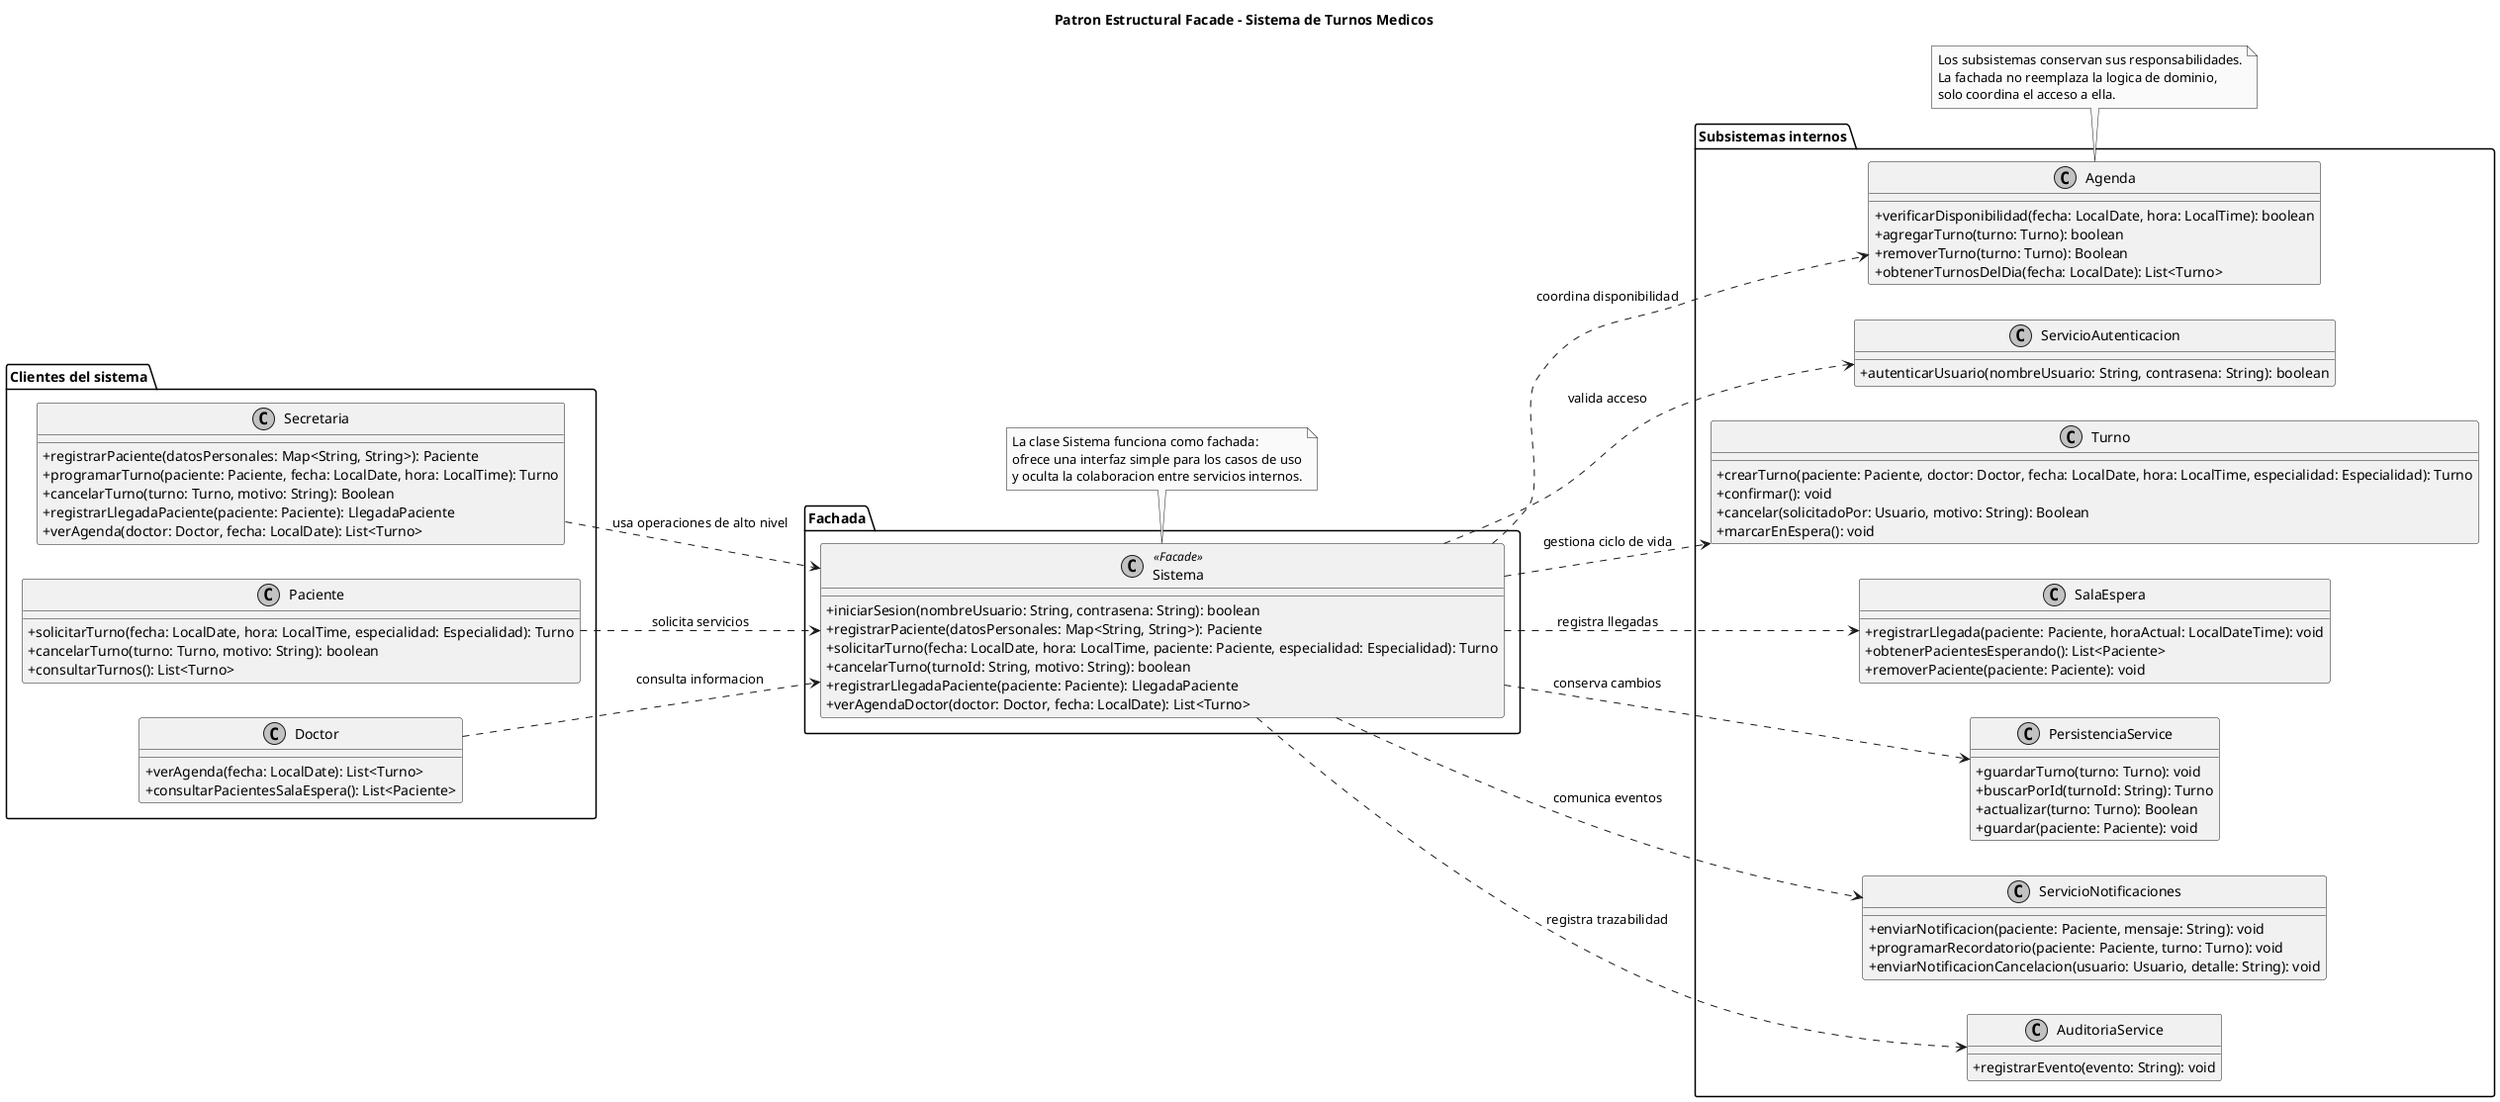
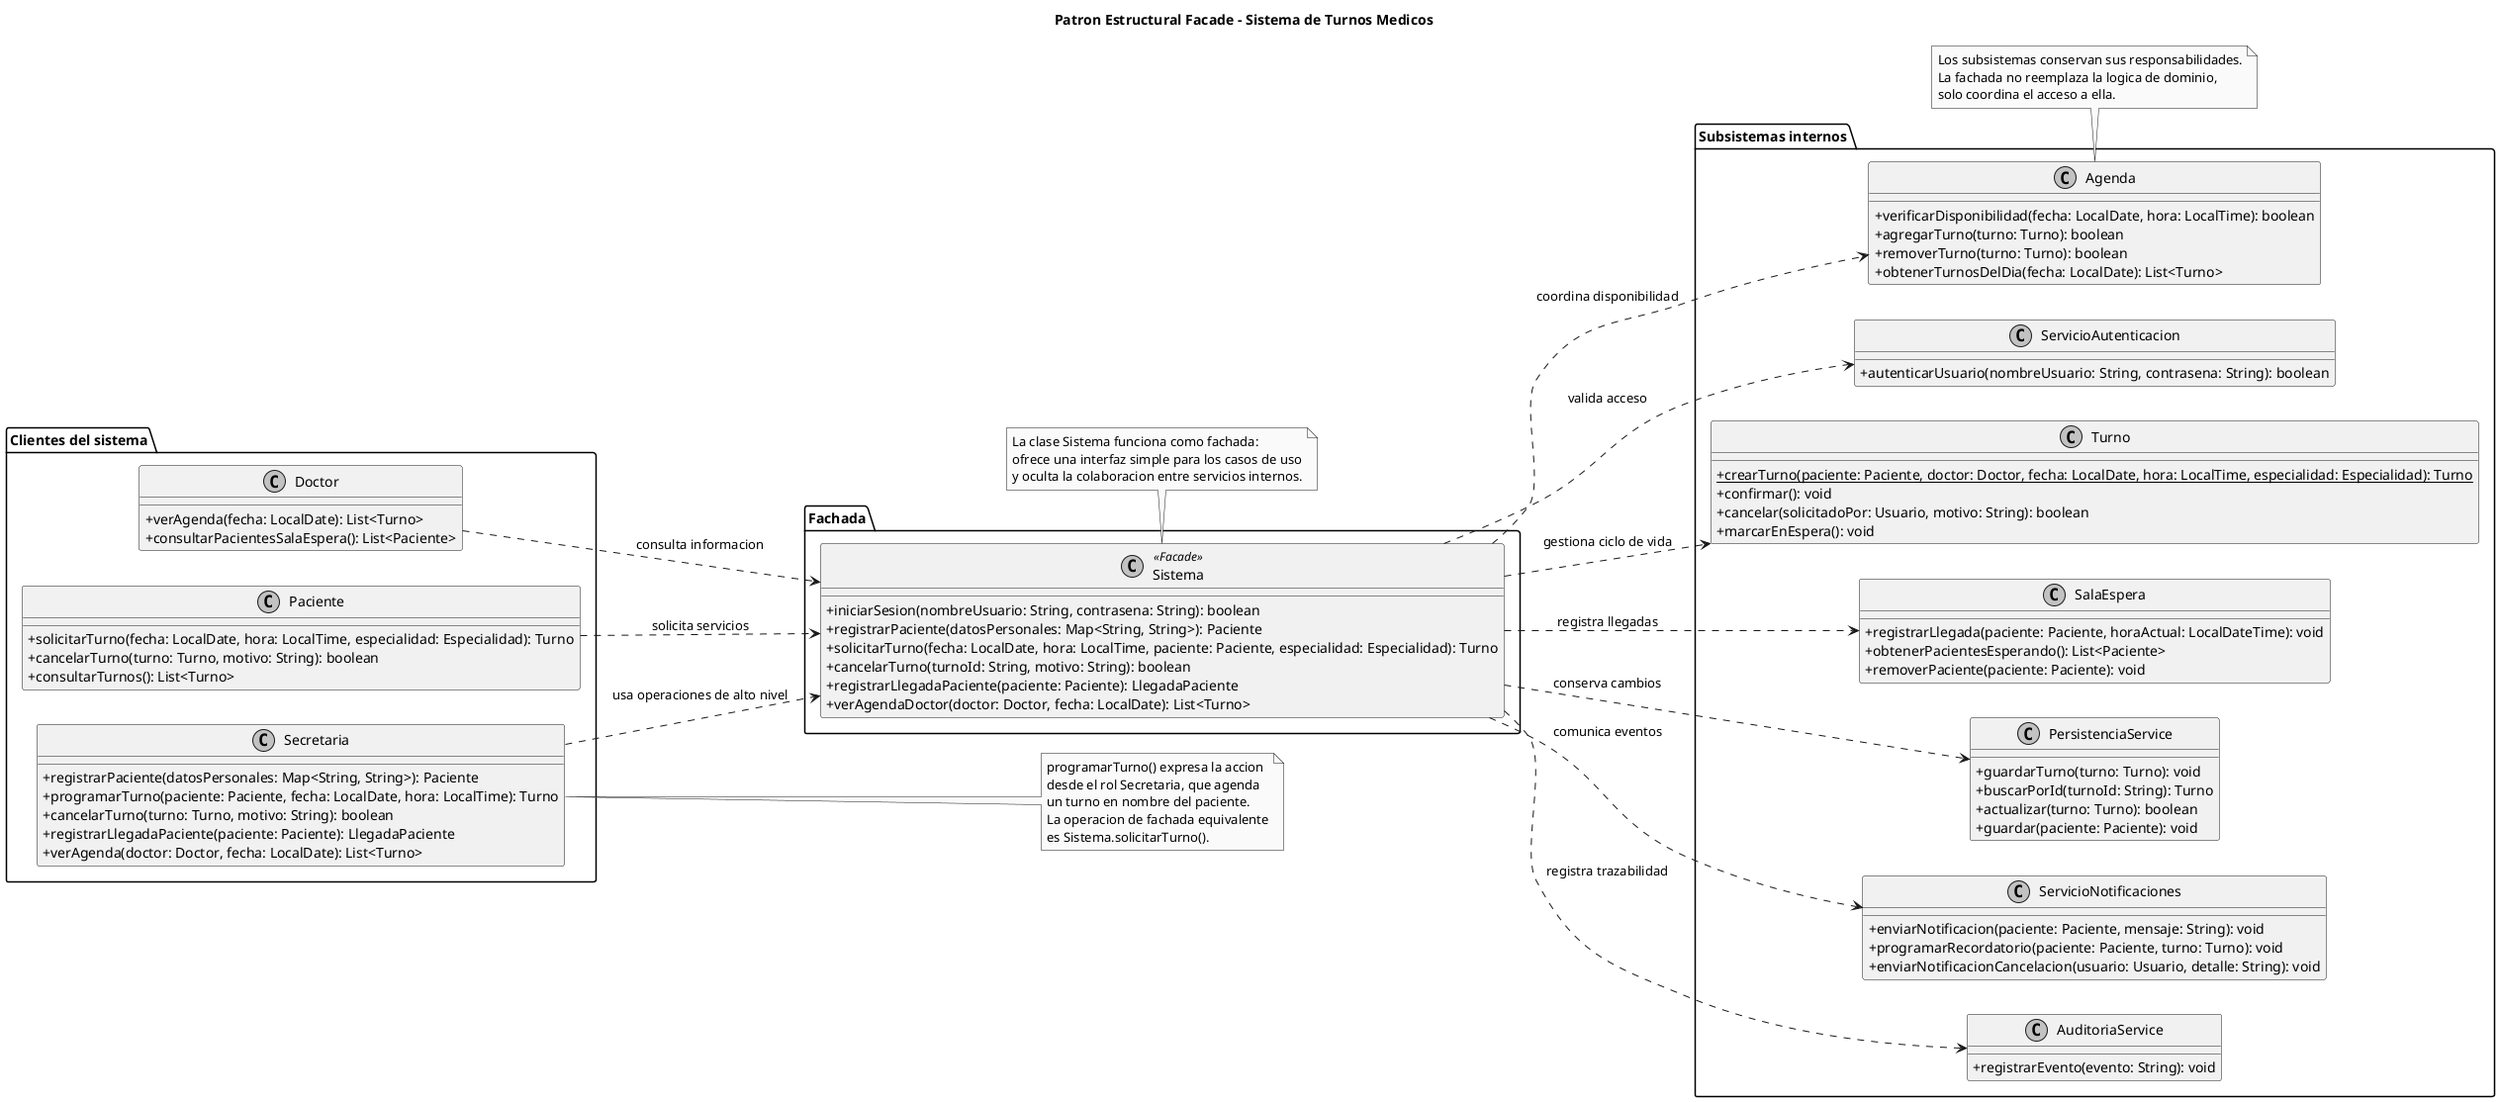
@startuml
title Patron Estructural Facade - Sistema de Turnos Medicos

skinparam classAttributeIconSize 0
skinparam monochrome true
skinparam shadowing false
left to right direction

package "Clientes del sistema" {
  class Secretaria {
    + registrarPaciente(datosPersonales: Map<String, String>): Paciente
    + programarTurno(paciente: Paciente, fecha: LocalDate, hora: LocalTime): Turno
-     + cancelarTurno(turno: Turno, motivo: String): Boolean
+     + cancelarTurno(turno: Turno, motivo: String): boolean
    + registrarLlegadaPaciente(paciente: Paciente): LlegadaPaciente
    + verAgenda(doctor: Doctor, fecha: LocalDate): List<Turno>
  }

  class Paciente {
    + solicitarTurno(fecha: LocalDate, hora: LocalTime, especialidad: Especialidad): Turno
    + cancelarTurno(turno: Turno, motivo: String): boolean
    + consultarTurnos(): List<Turno>
  }

  class Doctor {
    + verAgenda(fecha: LocalDate): List<Turno>
    + consultarPacientesSalaEspera(): List<Paciente>
  }
}

package "Fachada" {
  class Sistema <<Facade>> {
    + iniciarSesion(nombreUsuario: String, contrasena: String): boolean
    + registrarPaciente(datosPersonales: Map<String, String>): Paciente
    + solicitarTurno(fecha: LocalDate, hora: LocalTime, paciente: Paciente, especialidad: Especialidad): Turno
    + cancelarTurno(turnoId: String, motivo: String): boolean
    + registrarLlegadaPaciente(paciente: Paciente): LlegadaPaciente
    + verAgendaDoctor(doctor: Doctor, fecha: LocalDate): List<Turno>
  }
}

package "Subsistemas internos" {
  class ServicioAutenticacion {
    + autenticarUsuario(nombreUsuario: String, contrasena: String): boolean
  }

  class Agenda {
    + verificarDisponibilidad(fecha: LocalDate, hora: LocalTime): boolean
    + agregarTurno(turno: Turno): boolean
-     + removerTurno(turno: Turno): Boolean
+     + removerTurno(turno: Turno): boolean
    + obtenerTurnosDelDia(fecha: LocalDate): List<Turno>
  }

  class Turno {
-     + crearTurno(paciente: Paciente, doctor: Doctor, fecha: LocalDate, hora: LocalTime, especialidad: Especialidad): Turno
+     {static} + crearTurno(paciente: Paciente, doctor: Doctor, fecha: LocalDate, hora: LocalTime, especialidad: Especialidad): Turno
    + confirmar(): void
-     + cancelar(solicitadoPor: Usuario, motivo: String): Boolean
+     + cancelar(solicitadoPor: Usuario, motivo: String): boolean
    + marcarEnEspera(): void
  }

  class SalaEspera {
    + registrarLlegada(paciente: Paciente, horaActual: LocalDateTime): void
    + obtenerPacientesEsperando(): List<Paciente>
    + removerPaciente(paciente: Paciente): void
  }

  class PersistenciaService {
    + guardarTurno(turno: Turno): void
    + buscarPorId(turnoId: String): Turno
-     + actualizar(turno: Turno): Boolean
+     + actualizar(turno: Turno): boolean
    + guardar(paciente: Paciente): void
  }

  class ServicioNotificaciones {
    + enviarNotificacion(paciente: Paciente, mensaje: String): void
    + programarRecordatorio(paciente: Paciente, turno: Turno): void
    + enviarNotificacionCancelacion(usuario: Usuario, detalle: String): void
  }

  class AuditoriaService {
    + registrarEvento(evento: String): void
  }
}

Secretaria ..> Sistema : usa operaciones de alto nivel
Paciente ..> Sistema : solicita servicios
Doctor ..> Sistema : consulta informacion

Sistema ..> ServicioAutenticacion : valida acceso
Sistema ..> Agenda : coordina disponibilidad
Sistema ..> Turno : gestiona ciclo de vida
Sistema ..> SalaEspera : registra llegadas
Sistema ..> PersistenciaService : conserva cambios
Sistema ..> ServicioNotificaciones : comunica eventos
Sistema ..> AuditoriaService : registra trazabilidad

note bottom of Sistema
  La clase Sistema funciona como fachada:
  ofrece una interfaz simple para los casos de uso
  y oculta la colaboracion entre servicios internos.
end note

note bottom of Agenda
  Los subsistemas conservan sus responsabilidades.
  La fachada no reemplaza la logica de dominio,
  solo coordina el acceso a ella.
end note

+ note right of Secretaria
+   programarTurno() expresa la accion
+   desde el rol Secretaria, que agenda
+   un turno en nombre del paciente.
+   La operacion de fachada equivalente
+   es Sistema.solicitarTurno().
+ end note
+ 
@enduml
